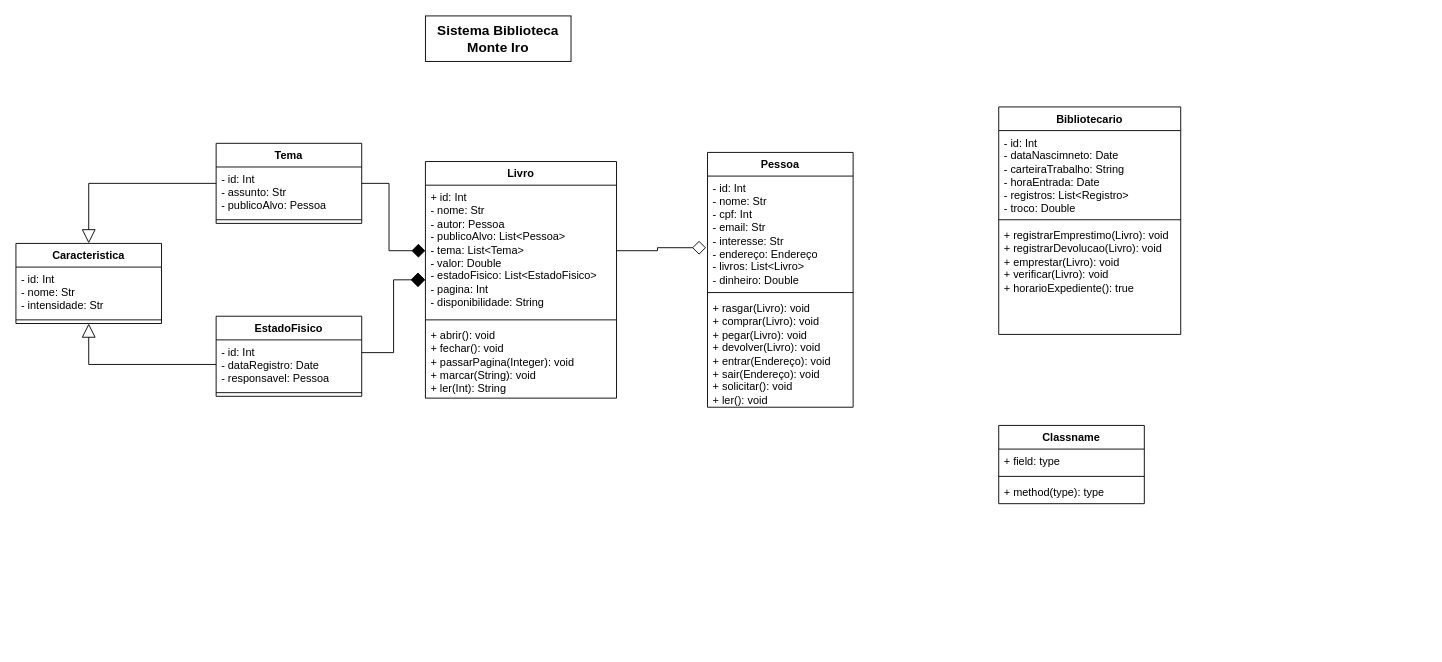
Earlier version of the draw.io diagram SistemaBibliotecaUML.drawio (Sant-Thiago/Estudos). Source tidied: cells renumbered, new cells numbered last; positions are measured from the earlier drawing's top-left corner, leaving out a move shared by most shapes. Both pictures are drawn from the tidied source at 91%, with x=0, y=0 at pixel (15, 15).
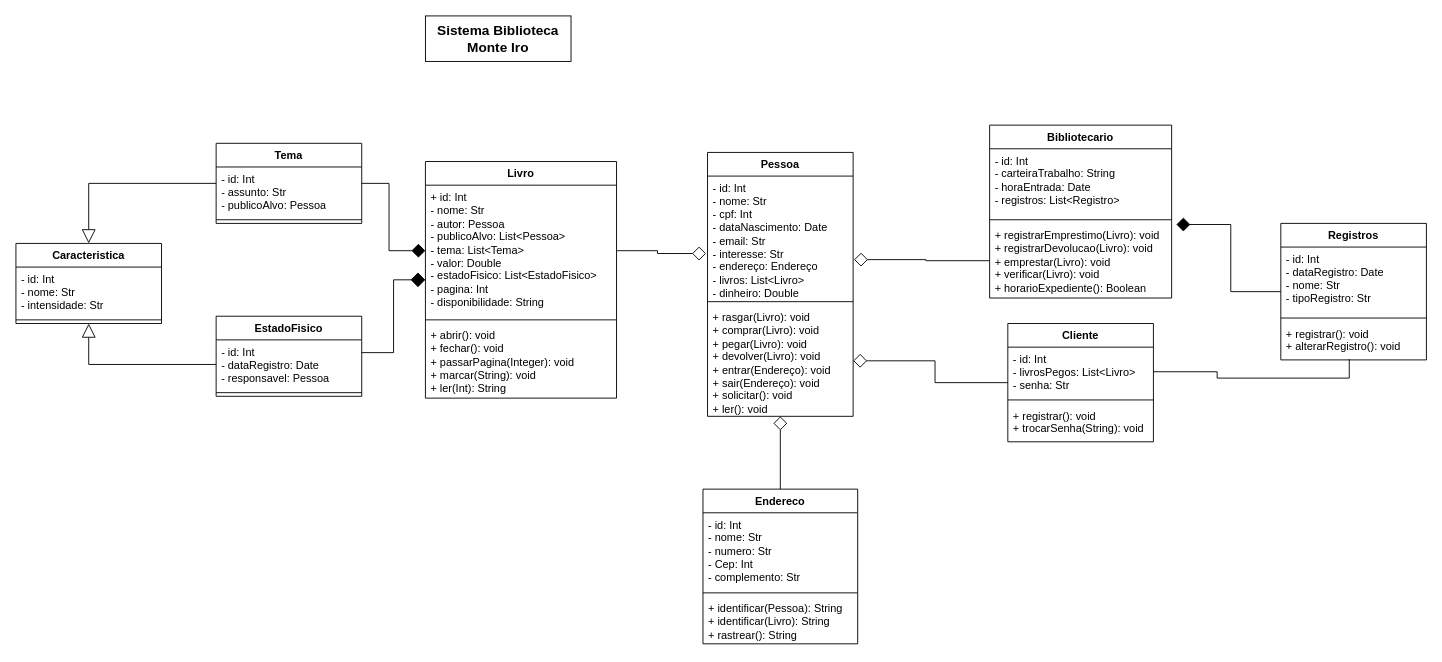
After the change.

The edit, as a diff of the source:
```diff
@@
     <mxCell id="5" value="Pessoa" style="swimlane;fontStyle=1;align=center;verticalAlign=top;horizontal=1;startSize=26;whiteSpace=wrap;html=1;" parent="1" vertex="1">
-      <mxGeometry x="760" y="150" width="160" height="280" as="geometry" />
+      <mxGeometry x="760" y="150" width="160" height="290" as="geometry" />
     </mxCell>
-    <mxCell id="6" value="- id: Int&lt;div&gt;- nome: Str&lt;/div&gt;&lt;div&gt;- cpf: Int&lt;/div&gt;&lt;div&gt;- email: Str&lt;/div&gt;&lt;div&gt;- interesse: Str&lt;/div&gt;&lt;div&gt;- endereço: Endereço&lt;/div&gt;&lt;div&gt;- livros: List&amp;lt;Livro&amp;gt;&lt;/div&gt;&lt;div&gt;- dinheiro: Double&lt;/div&gt;" style="text;strokeColor=none;fillColor=none;align=left;verticalAlign=top;spacingLeft=4;spacingRight=4;overflow=hidden;points=[[0,0.5],[1,0.5]];portConstraint=eastwest;whiteSpace=wrap;html=1;" parent="5" vertex="1">
-      <mxGeometry y="26" width="160" height="124" as="geometry" />
+    <mxCell id="6" value="- id: Int&lt;div&gt;- nome: Str&lt;/div&gt;&lt;div&gt;- cpf: Int&lt;/div&gt;&lt;div&gt;- dataNascimento: Date&lt;/div&gt;&lt;div&gt;- email: Str&lt;/div&gt;&lt;div&gt;- interesse: Str&lt;/div&gt;&lt;div&gt;- endereço: Endereço&lt;/div&gt;&lt;div&gt;- livros: List&amp;lt;Livro&amp;gt;&lt;/div&gt;&lt;div&gt;- dinheiro: Double&lt;/div&gt;" style="text;strokeColor=none;fillColor=none;align=left;verticalAlign=top;spacingLeft=4;spacingRight=4;overflow=hidden;points=[[0,0.5],[1,0.5]];portConstraint=eastwest;whiteSpace=wrap;html=1;" parent="5" vertex="1">
+      <mxGeometry y="26" width="160" height="134" as="geometry" />
     </mxCell>
     <mxCell id="7" style="line;strokeWidth=1;fillColor=none;align=left;verticalAlign=middle;spacingTop=-1;spacingLeft=3;spacingRight=3;labelPosition=right;strokeColor=inherit;" parent="5" vertex="1">
-      <mxGeometry y="150" width="160" height="8" as="geometry" />
+      <mxGeometry y="160" width="160" height="8" as="geometry" />
     </mxCell>
     <mxCell id="8" value="+ rasgar(Livro): void&lt;div&gt;+ comprar(Livro): void&lt;/div&gt;&lt;div&gt;+ pegar(Livro): void&lt;/div&gt;&lt;div&gt;+ devolver(Livro): void&lt;/div&gt;&lt;div&gt;+ entrar(Endereço): void&lt;/div&gt;&lt;div&gt;+ sair(Endereço): void&lt;/div&gt;&lt;div&gt;+ solicitar(): void&lt;/div&gt;&lt;div&gt;+ ler(): void&lt;/div&gt;" style="text;strokeColor=none;fillColor=none;align=left;verticalAlign=top;spacingLeft=4;spacingRight=4;overflow=hidden;points=[[0,0.5],[1,0.5]];portConstraint=eastwest;whiteSpace=wrap;html=1;" parent="5" vertex="1">
-      <mxGeometry y="158" width="160" height="122" as="geometry" />
+      <mxGeometry y="168" width="160" height="122" as="geometry" />
     </mxCell>
@@
     <mxCell id="25" value="Bibliotecario" style="swimlane;fontStyle=1;align=center;verticalAlign=top;horizontal=1;startSize=26;whiteSpace=wrap;html=1;" parent="1" vertex="1">
-      <mxGeometry x="1080" y="100" width="200" height="250" as="geometry" />
+      <mxGeometry x="1070" y="120" width="200" height="190" as="geometry" />
     </mxCell>
-    <mxCell id="26" value="- id: Int&lt;div&gt;- dataNascimneto: Date&lt;/div&gt;&lt;div&gt;- carteiraTrabalho: String&lt;/div&gt;&lt;div&gt;- horaEntrada: Date&lt;/div&gt;&lt;div&gt;- registros: List&amp;lt;Registro&amp;gt;&lt;/div&gt;&lt;div&gt;- troco: Double&lt;/div&gt;" style="text;strokeColor=none;fillColor=none;align=left;verticalAlign=top;spacingLeft=4;spacingRight=4;overflow=hidden;whiteSpace=wrap;html=1;" parent="25" vertex="1">
-      <mxGeometry y="26" width="200" height="94" as="geometry" />
+    <mxCell id="26" value="- id: Int&lt;div&gt;&lt;span style=&quot;background-color: initial;&quot;&gt;- carteiraTrabalho: String&lt;/span&gt;&lt;br&gt;&lt;/div&gt;&lt;div&gt;- horaEntrada: Date&lt;/div&gt;&lt;div&gt;- registros: List&amp;lt;Registro&amp;gt;&lt;/div&gt;&lt;div&gt;&lt;br&gt;&lt;/div&gt;" style="text;strokeColor=none;fillColor=none;align=left;verticalAlign=top;spacingLeft=4;spacingRight=4;overflow=hidden;whiteSpace=wrap;html=1;" parent="25" vertex="1">
+      <mxGeometry y="26" width="200" height="74" as="geometry" />
     </mxCell>
     <mxCell id="27" style="line;strokeWidth=1;fillColor=none;align=left;verticalAlign=middle;spacingTop=-1;spacingLeft=3;spacingRight=3;labelPosition=right;strokeColor=inherit;" parent="25" vertex="1">
-      <mxGeometry y="120" width="200" height="8" as="geometry" />
+      <mxGeometry y="100" width="200" height="8" as="geometry" />
     </mxCell>
-    <mxCell id="28" value="+ registrarEmprestimo(Livro): void&lt;div&gt;+ registrarDevolucao(Livro): void&lt;/div&gt;&lt;div&gt;+ emprestar(Livro): void&lt;/div&gt;&lt;div&gt;+ verificar(Livro): void&lt;/div&gt;&lt;div&gt;+ horarioExpediente(): true&lt;/div&gt;" style="text;strokeColor=none;fillColor=none;align=left;verticalAlign=top;spacingLeft=4;spacingRight=4;overflow=hidden;points=[[0,0.5],[1,0.5]];portConstraint=eastwest;whiteSpace=wrap;html=1;" parent="25" vertex="1">
-      <mxGeometry y="128" width="200" height="122" as="geometry" />
+    <mxCell id="28" value="+ registrarEmprestimo(Livro): void&lt;div&gt;+ registrarDevolucao(Livro): void&lt;/div&gt;&lt;div&gt;+ emprestar(Livro): void&lt;/div&gt;&lt;div&gt;+ verificar(Livro): void&lt;/div&gt;&lt;div&gt;+ horarioExpediente(): Boolean&lt;/div&gt;" style="text;strokeColor=none;fillColor=none;align=left;verticalAlign=top;spacingLeft=4;spacingRight=4;overflow=hidden;points=[[0,0.5],[1,0.5]];portConstraint=eastwest;whiteSpace=wrap;html=1;" parent="25" vertex="1">
+      <mxGeometry y="108" width="200" height="82" as="geometry" />
     </mxCell>
-    <mxCell id="29" value="Classname" style="swimlane;fontStyle=1;align=center;verticalAlign=top;horizontal=1;startSize=26;whiteSpace=wrap;html=1;" parent="1" vertex="1">
-      <mxGeometry x="1080" y="450" width="160" height="86" as="geometry" />
+    <mxCell id="29" value="Cliente" style="swimlane;fontStyle=1;align=center;verticalAlign=top;horizontal=1;startSize=26;whiteSpace=wrap;html=1;" parent="1" vertex="1">
+      <mxGeometry x="1090" y="338" width="160" height="130" as="geometry" />
     </mxCell>
-    <mxCell id="30" value="+ field: type" style="text;strokeColor=none;fillColor=none;align=left;verticalAlign=top;spacingLeft=4;spacingRight=4;overflow=hidden;points=[[0,0.5],[1,0.5]];portConstraint=eastwest;whiteSpace=wrap;html=1;" parent="29" vertex="1">
-      <mxGeometry y="26" width="160" height="26" as="geometry" />
+    <mxCell id="30" value="- id: Int&lt;div&gt;- livrosPegos: List&amp;lt;Livro&amp;gt;&lt;/div&gt;&lt;div&gt;- senha: Str&lt;/div&gt;" style="text;strokeColor=none;fillColor=none;align=left;verticalAlign=top;spacingLeft=4;spacingRight=4;overflow=hidden;points=[[0,0.5],[1,0.5]];portConstraint=eastwest;whiteSpace=wrap;html=1;" parent="29" vertex="1">
+      <mxGeometry y="26" width="160" height="54" as="geometry" />
     </mxCell>
     <mxCell id="31" style="line;strokeWidth=1;fillColor=none;align=left;verticalAlign=middle;spacingTop=-1;spacingLeft=3;spacingRight=3;labelPosition=right;strokeColor=inherit;" parent="29" vertex="1">
-      <mxGeometry y="52" width="160" height="8" as="geometry" />
+      <mxGeometry y="80" width="160" height="8" as="geometry" />
     </mxCell>
-    <mxCell id="32" value="+ method(type): type" style="text;strokeColor=none;fillColor=none;align=left;verticalAlign=top;spacingLeft=4;spacingRight=4;overflow=hidden;whiteSpace=wrap;html=1;" parent="29" vertex="1">
-      <mxGeometry y="60" width="160" height="26" as="geometry" />
+    <mxCell id="32" value="+ registrar(): void&lt;div&gt;+ trocarSenha(String): void&lt;/div&gt;" style="text;strokeColor=none;fillColor=none;align=left;verticalAlign=top;spacingLeft=4;spacingRight=4;overflow=hidden;whiteSpace=wrap;html=1;" parent="29" vertex="1">
+      <mxGeometry y="88" width="160" height="42" as="geometry" />
     </mxCell>
+    <mxCell id="33" style="edgeStyle=orthogonalEdgeStyle;rounded=0;jettySize=auto;html=1;entryX=1;entryY=0.5;entryDx=0;entryDy=0;endArrow=diamond;endFill=0;endSize=13;" parent="1" edge="1" source="29" target="8">
+      <mxGeometry relative="1" as="geometry" />
+    </mxCell>
+    <mxCell id="34" style="edgeStyle=orthogonalEdgeStyle;rounded=0;jettySize=auto;html=1;entryX=1.006;entryY=0.685;entryDx=0;entryDy=0;entryPerimeter=0;endArrow=diamond;endFill=0;endSize=13;" parent="1" edge="1" source="28" target="6">
+      <mxGeometry relative="1" as="geometry" />
+    </mxCell>
+    <mxCell id="35" style="edgeStyle=orthogonalEdgeStyle;rounded=0;jettySize=auto;html=1;entryX=0.5;entryY=1;entryDx=0;entryDy=0;entryPerimeter=0;endArrow=diamond;endFill=0;endSize=13;" parent="1" edge="1" source="36" target="8">
+      <mxGeometry relative="1" as="geometry" />
+    </mxCell>
+    <mxCell id="36" value="Endereco" style="swimlane;fontStyle=1;align=center;verticalAlign=top;horizontal=1;startSize=26;whiteSpace=wrap;html=1;" parent="1" vertex="1">
+      <mxGeometry x="755" y="520" width="170" height="170" as="geometry" />
+    </mxCell>
+    <mxCell id="37" value="- id: Int&lt;div&gt;- nome: Str&lt;/div&gt;&lt;div&gt;- numero: Str&lt;/div&gt;&lt;div&gt;- Cep: Int&lt;/div&gt;&lt;div&gt;- complemento: Str&lt;/div&gt;" style="text;strokeColor=none;fillColor=none;align=left;verticalAlign=top;spacingLeft=4;spacingRight=4;overflow=hidden;whiteSpace=wrap;html=1;" parent="36" vertex="1">
+      <mxGeometry y="26" width="170" height="84" as="geometry" />
+    </mxCell>
+    <mxCell id="38" style="line;strokeWidth=1;fillColor=none;align=left;verticalAlign=middle;spacingTop=-1;spacingLeft=3;spacingRight=3;labelPosition=right;strokeColor=inherit;" parent="36" vertex="1">
+      <mxGeometry y="110" width="170" height="8" as="geometry" />
+    </mxCell>
+    <mxCell id="39" value="+ identificar(Pessoa): String&lt;div&gt;+ identificar(Livro): String&lt;/div&gt;&lt;div&gt;+ rastrear(): String&lt;/div&gt;" style="text;strokeColor=none;fillColor=none;align=left;verticalAlign=top;spacingLeft=4;spacingRight=4;overflow=hidden;whiteSpace=wrap;html=1;" parent="36" vertex="1">
+      <mxGeometry y="118" width="170" height="52" as="geometry" />
+    </mxCell>
+    <mxCell id="40" value="Registros" style="swimlane;fontStyle=1;align=center;verticalAlign=top;horizontal=1;startSize=26;whiteSpace=wrap;html=1;" parent="1" vertex="1">
+      <mxGeometry x="1390" y="228" width="160" height="150" as="geometry" />
+    </mxCell>
+    <mxCell id="41" value="- id: Int&lt;div&gt;- dataRegistro: Date&lt;/div&gt;&lt;div&gt;- nome: Str&lt;/div&gt;&lt;div&gt;- tipoRegistro: Str&lt;/div&gt;" style="text;strokeColor=none;fillColor=none;align=left;verticalAlign=top;spacingLeft=4;spacingRight=4;overflow=hidden;whiteSpace=wrap;html=1;" parent="40" vertex="1">
+      <mxGeometry y="26" width="160" height="74" as="geometry" />
+    </mxCell>
+    <mxCell id="42" style="line;strokeWidth=1;fillColor=none;align=left;verticalAlign=middle;spacingTop=-1;spacingLeft=3;spacingRight=3;labelPosition=right;strokeColor=inherit;" parent="40" vertex="1">
+      <mxGeometry y="100" width="160" height="8" as="geometry" />
+    </mxCell>
+    <mxCell id="43" value="+ registrar(): void&lt;div&gt;+ alterarRegistro(): void&lt;/div&gt;" style="text;strokeColor=none;fillColor=none;align=left;verticalAlign=top;spacingLeft=4;spacingRight=4;overflow=hidden;points=[[0,0.5],[1,0.5]];portConstraint=eastwest;whiteSpace=wrap;html=1;" parent="40" vertex="1">
+      <mxGeometry y="108" width="160" height="42" as="geometry" />
+    </mxCell>
+    <mxCell id="44" style="edgeStyle=orthogonalEdgeStyle;rounded=0;jettySize=auto;html=1;entryX=1.026;entryY=0.015;entryDx=0;entryDy=0;entryPerimeter=0;endArrow=diamond;endFill=1;endSize=13;" parent="1" edge="1" source="40" target="28">
+      <mxGeometry relative="1" as="geometry" />
+    </mxCell>
+    <mxCell id="45" style="edgeStyle=orthogonalEdgeStyle;rounded=0;jettySize=auto;html=1;entryX=0.47;entryY=0.983;entryDx=0;entryDy=0;entryPerimeter=0;endArrow=none;endFill=0;" parent="1" edge="1" source="30" target="43">
+      <mxGeometry relative="1" as="geometry" />
+    </mxCell>
```
